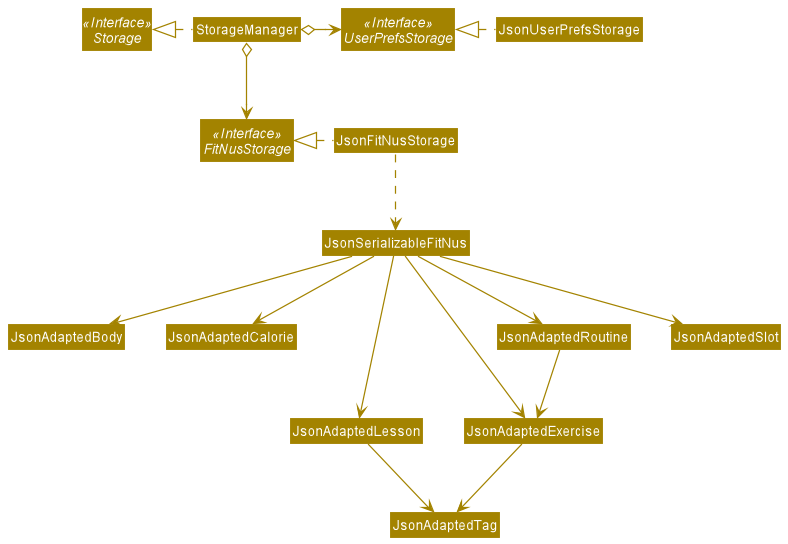
The PlantUML diagram docs/images/StorageClassDiagram.png in nus-cs2103-AY2021S1/tp, before a commit.
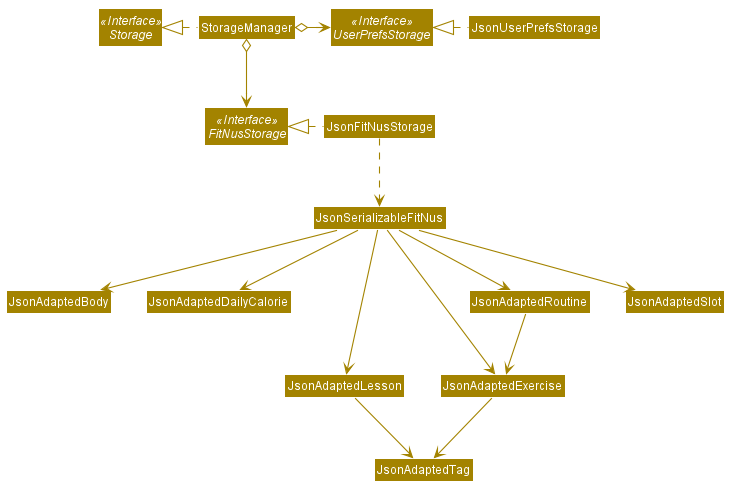
After the commit.

The edit, as a diff of the source:
```diff
@@ -1,8 +1,55 @@
 @startuml
-!include style.puml
+
+
+
+
+
+
+
+
+skinparam BackgroundColor #FFFFFFF
+
+skinparam Shadowing false
+
+skinparam Class {
+    FontColor #FFFFFF
+    BorderThickness 1
+    BorderColor #FFFFFF
+    StereotypeFontColor #FFFFFF
+    FontName Arial
+}
+
+skinparam Actor {
+    BorderColor #000000
+    Color #000000
+    FontName Arial
+}
+
+skinparam Sequence {
+    MessageAlign center
+    BoxFontSize 15
+    BoxPadding 0
+    BoxFontColor #FFFFFF
+    FontName Arial
+}
+
+skinparam Participant {
+    FontColor #FFFFFFF
+    Padding 20
+}
+
+skinparam MinClassWidth 50
+skinparam ParticipantPadding 10
+skinparam Shadowing false
+skinparam DefaultTextAlignment center
+skinparam packageStyle Rectangle
+
+hide footbox
+hide members
+hide circle
 skinparam arrowThickness 1.1
-skinparam arrowColor STORAGE_COLOR
-skinparam classBackgroundColor STORAGE_COLOR
+skinparam arrowColor #A38300
+skinparam classBackgroundColor #A38300
 
 Interface Storage <<Interface>>
 Interface UserPrefsStorage <<Interface>>
@@ -21,7 +68,7 @@
 JsonFitNusStorage .down.> JsonSerializableFitNus
 
 JsonSerializableFitNus --> JsonAdaptedBody
-JsonSerializableFitNus --> JsonAdaptedCalorie
+JsonSerializableFitNus --> JsonAdaptedDailyCalorie
 JsonSerializableFitNus --> JsonAdaptedLesson
 JsonSerializableFitNus --> JsonAdaptedExercise
 JsonSerializableFitNus --> JsonAdaptedRoutine
```
